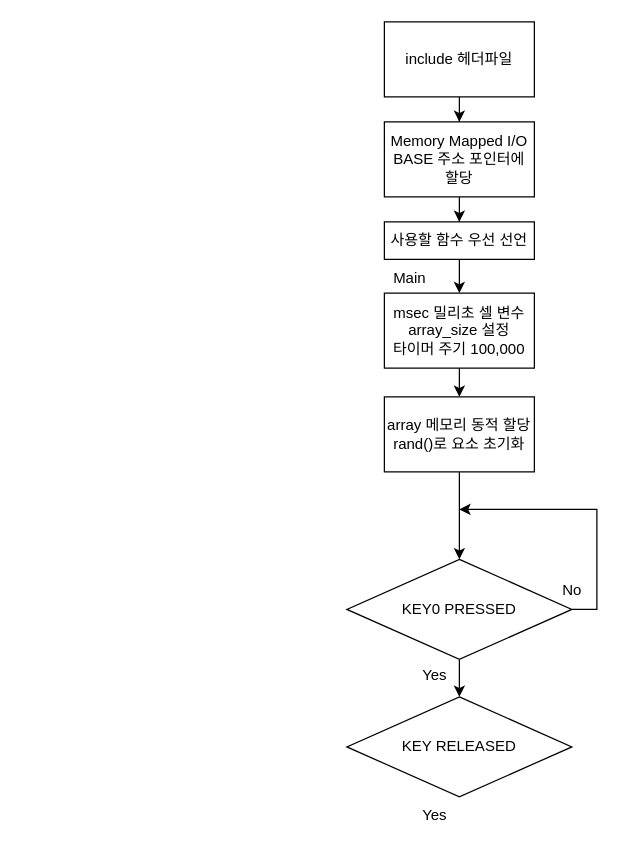
Above: Lab6.drawio in oerreo/HD_draw (draw.io), before the change. Source tidied: cells renumbered, new cells numbered last; positions are measured from the earlier drawing's top-left corner, leaving out a move shared by most shapes. Both pictures are drawn from the tidied source at 125%, with x=0, y=0 at pixel (346, 21).
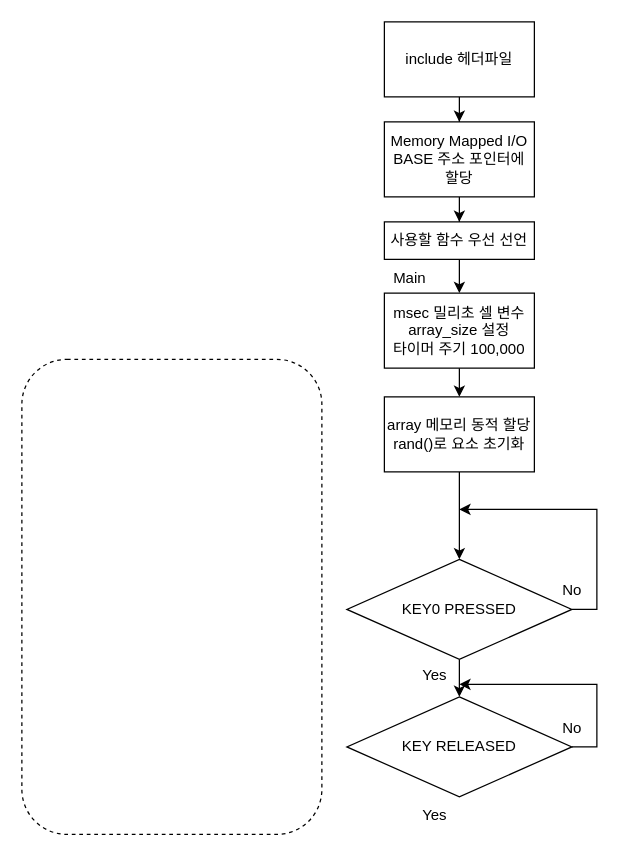
The same page after the edit.

The change refers to these unchanged cells:
```xml
<mxCell id="17" value="Yes" style="text;html=1;align=center;verticalAlign=middle;points=[];strokeColor=none;fillColor=none;" parent="1" vertex="1">
  <mxGeometry x="50" y="508" width="40" height="30" as="geometry" />
</mxCell>
```

Change to the diagram source:
```diff
@@
+    <mxCell id="21" style="rounded=1;whiteSpace=wrap;html=1;fillColor=none;dashed=1;" parent="1" vertex="1">
+      <mxGeometry x="-260" y="270" width="240" height="380" as="geometry" />
+    </mxCell>
+    <mxCell id="22" style="endArrow=classic;html=1;rounded=0;exitX=1;exitY=0.5;exitDx=0;exitDy=0;entryX=1;entryY=0.733;entryDx=0;entryDy=0;entryPerimeter=0;" parent="1" edge="1" target="17">
+      <mxGeometry relative="1" as="geometry">
+        <mxPoint x="180" y="580" as="sourcePoint" />
+        <Array as="points">
+          <mxPoint x="200" y="580" />
+          <mxPoint x="200" y="540" />
+          <mxPoint x="200" y="530" />
+          <mxPoint x="180" y="530" />
+        </Array>
+      </mxGeometry>
+    </mxCell>
+    <mxCell id="23" value="No" style="text;html=1;align=center;verticalAlign=middle;strokeColor=none;fillColor=none;" parent="1" vertex="1">
+      <mxGeometry x="160" y="550" width="40" height="30" as="geometry" />
+    </mxCell>
```
